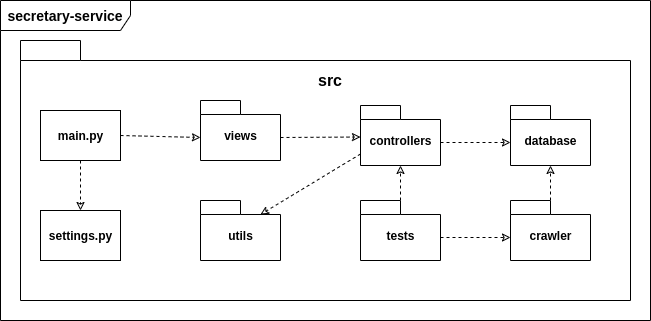
fga-eps-mds/2020.1-stay-safe-docs keeps this draw.io diagram as docs/images/architecture/secretary-service.png. Above is the earlier version. Source tidied: cells renumbered, new cells last; positions are measured from the earlier drawing's top-left corner, leaving out a move shared by most shapes. Its diagram source:
```xml
<mxGraphModel>
  <root>
    <mxCell id="0" />
    <mxCell id="1" parent="0" />
    <mxCell id="2" value="&lt;b&gt;&lt;font style=&quot;font-size: 14px&quot;&gt;secretary-service&lt;/font&gt;&lt;/b&gt;" style="shape=umlFrame;whiteSpace=wrap;html=1;width=130;height=30;" parent="1" vertex="1">
      <mxGeometry width="650" height="320" as="geometry" />
    </mxCell>
    <mxCell id="3" value="crwaler" style="shape=folder;fontStyle=1;spacingTop=10;tabWidth=40;tabHeight=14;tabPosition=left;html=1;" parent="1" vertex="1">
      <mxGeometry x="200" y="130" width="70" height="50" as="geometry" />
    </mxCell>
    <mxCell id="4" value="main" style="shape=folder;fontStyle=1;spacingTop=10;tabWidth=40;tabHeight=14;tabPosition=left;html=1;" parent="1" vertex="1">
      <mxGeometry x="410" y="170" width="70" height="50" as="geometry" />
    </mxCell>
    <mxCell id="5" style="shape=folder;fontStyle=1;spacingTop=10;tabWidth=60;tabHeight=20;tabPosition=left;html=1;" parent="1" vertex="1">
      <mxGeometry x="20" y="40" width="610" height="260" as="geometry" />
    </mxCell>
    <mxCell id="6" value="&lt;b style=&quot;font-size: 16px;&quot;&gt;src&lt;/b&gt;" style="text;html=1;strokeColor=none;fillColor=none;align=center;verticalAlign=middle;whiteSpace=wrap;rounded=0;fontSize=16;" parent="1" vertex="1">
      <mxGeometry x="310" y="70" width="40" height="20" as="geometry" />
    </mxCell>
    <mxCell id="7" value="views" style="shape=folder;fontStyle=1;spacingTop=10;tabWidth=40;tabHeight=14;tabPosition=left;html=1;" parent="1" vertex="1">
      <mxGeometry x="200" y="100" width="80" height="60" as="geometry" />
    </mxCell>
    <mxCell id="8" value="&lt;b&gt;main.py&lt;/b&gt;" style="html=1;" parent="1" vertex="1">
      <mxGeometry x="40" y="110" width="80" height="50" as="geometry" />
    </mxCell>
    <mxCell id="9" value="&lt;b&gt;settings.py&lt;/b&gt;" style="html=1;" parent="1" vertex="1">
      <mxGeometry x="40" y="210" width="80" height="50" as="geometry" />
    </mxCell>
    <mxCell id="10" style="endArrow=classic;html=1;fontSize=16;dashed=1;endFill=0;exitX=1;exitY=0.5;exitDx=0;exitDy=0;entryX=0;entryY=0;entryDx=0;entryDy=37;entryPerimeter=0;" parent="1" edge="1" source="8" target="7">
      <mxGeometry relative="1" as="geometry" />
    </mxCell>
    <mxCell id="11" style="endArrow=classic;html=1;fontSize=16;dashed=1;endFill=0;exitX=0;exitY=0;exitDx=80;exitDy=37;exitPerimeter=0;" parent="1" edge="1" source="7">
      <mxGeometry relative="1" as="geometry">
        <mxPoint x="360" y="136.5" as="targetPoint" />
      </mxGeometry>
    </mxCell>
    <mxCell id="12" style="endArrow=classic;html=1;fontSize=16;dashed=1;endFill=0;exitX=0.5;exitY=1;exitDx=0;exitDy=0;" parent="1" edge="1" source="8" target="9">
      <mxGeometry relative="1" as="geometry" />
    </mxCell>
    <mxCell id="13" style="edgeStyle=orthogonalEdgeStyle;rounded=0;jettySize=auto;html=1;exitX=0;exitY=0;exitDx=80;exitDy=37;exitPerimeter=0;entryX=0;entryY=0;entryDx=0;entryDy=37;entryPerimeter=0;dashed=1;endArrow=classic;endFill=0;fontSize=16;" parent="1" edge="1" source="14" target="19">
      <mxGeometry relative="1" as="geometry" />
    </mxCell>
    <mxCell id="14" value="controllers" style="shape=folder;fontStyle=1;spacingTop=10;tabWidth=40;tabHeight=14;tabPosition=left;html=1;" parent="1" vertex="1">
      <mxGeometry x="360" y="105" width="80" height="60" as="geometry" />
    </mxCell>
    <mxCell id="15" value="utils" style="shape=folder;fontStyle=1;spacingTop=10;tabWidth=40;tabHeight=14;tabPosition=left;html=1;" parent="1" vertex="1">
      <mxGeometry x="200" y="200" width="80" height="60" as="geometry" />
    </mxCell>
    <mxCell id="16" style="endArrow=classic;html=1;fontSize=16;dashed=1;endFill=0;exitX=0;exitY=0;exitDx=0;exitDy=48.5;exitPerimeter=0;entryX=0;entryY=0;entryDx=60;entryDy=14;entryPerimeter=0;" parent="1" edge="1" source="14" target="15">
      <mxGeometry relative="1" as="geometry" />
    </mxCell>
    <mxCell id="17" style="edgeStyle=orthogonalEdgeStyle;rounded=0;jettySize=auto;html=1;exitX=0;exitY=0;exitDx=40;exitDy=0;exitPerimeter=0;entryX=0.5;entryY=1;entryDx=0;entryDy=0;entryPerimeter=0;dashed=1;endArrow=classic;endFill=0;fontSize=16;" parent="1" edge="1" source="18" target="19">
      <mxGeometry relative="1" as="geometry" />
    </mxCell>
    <mxCell id="18" value="crawler" style="shape=folder;fontStyle=1;spacingTop=10;tabWidth=40;tabHeight=14;tabPosition=left;html=1;" parent="1" vertex="1">
      <mxGeometry x="510" y="200" width="80" height="60" as="geometry" />
    </mxCell>
    <mxCell id="19" value="database" style="shape=folder;fontStyle=1;spacingTop=10;tabWidth=40;tabHeight=14;tabPosition=left;html=1;" parent="1" vertex="1">
      <mxGeometry x="510" y="105" width="80" height="60" as="geometry" />
    </mxCell>
    <mxCell id="20" style="edgeStyle=orthogonalEdgeStyle;rounded=0;jettySize=auto;html=1;exitX=0;exitY=0;exitDx=40;exitDy=0;exitPerimeter=0;entryX=0.5;entryY=1;entryDx=0;entryDy=0;entryPerimeter=0;dashed=1;endArrow=classic;endFill=0;fontSize=16;" parent="1" edge="1" source="22" target="14">
      <mxGeometry relative="1" as="geometry" />
    </mxCell>
    <mxCell id="21" style="edgeStyle=orthogonalEdgeStyle;rounded=0;jettySize=auto;html=1;exitX=0;exitY=0;exitDx=80;exitDy=37;exitPerimeter=0;entryX=0;entryY=0;entryDx=0;entryDy=37;entryPerimeter=0;dashed=1;endArrow=classic;endFill=0;fontSize=16;" parent="1" edge="1" source="22" target="18">
      <mxGeometry relative="1" as="geometry" />
    </mxCell>
    <mxCell id="22" value="tests" style="shape=folder;fontStyle=1;spacingTop=10;tabWidth=40;tabHeight=14;tabPosition=left;html=1;" parent="1" vertex="1">
      <mxGeometry x="360" y="200" width="80" height="60" as="geometry" />
    </mxCell>
  </root>
</mxGraphModel>
```
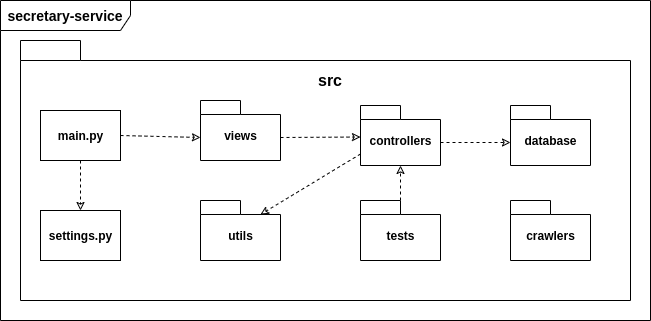
Later version of the same file.

The edit, as a diff of the source:
```diff
@@ -49,10 +49,7 @@
     <mxCell id="16" style="endArrow=classic;html=1;fontSize=16;dashed=1;endFill=0;exitX=0;exitY=0;exitDx=0;exitDy=48.5;exitPerimeter=0;entryX=0;entryY=0;entryDx=60;entryDy=14;entryPerimeter=0;" parent="1" edge="1" source="14" target="15">
       <mxGeometry relative="1" as="geometry" />
     </mxCell>
-    <mxCell id="17" style="edgeStyle=orthogonalEdgeStyle;rounded=0;jettySize=auto;html=1;exitX=0;exitY=0;exitDx=40;exitDy=0;exitPerimeter=0;entryX=0.5;entryY=1;entryDx=0;entryDy=0;entryPerimeter=0;dashed=1;endArrow=classic;endFill=0;fontSize=16;" parent="1" edge="1" source="18" target="19">
-      <mxGeometry relative="1" as="geometry" />
-    </mxCell>
-    <mxCell id="18" value="crawler" style="shape=folder;fontStyle=1;spacingTop=10;tabWidth=40;tabHeight=14;tabPosition=left;html=1;" parent="1" vertex="1">
+    <mxCell id="18" value="crawlers" style="shape=folder;fontStyle=1;spacingTop=10;tabWidth=40;tabHeight=14;tabPosition=left;html=1;" parent="1" vertex="1">
       <mxGeometry x="510" y="200" width="80" height="60" as="geometry" />
     </mxCell>
     <mxCell id="19" value="database" style="shape=folder;fontStyle=1;spacingTop=10;tabWidth=40;tabHeight=14;tabPosition=left;html=1;" parent="1" vertex="1">
@@ -61,9 +58,6 @@
     <mxCell id="20" style="edgeStyle=orthogonalEdgeStyle;rounded=0;jettySize=auto;html=1;exitX=0;exitY=0;exitDx=40;exitDy=0;exitPerimeter=0;entryX=0.5;entryY=1;entryDx=0;entryDy=0;entryPerimeter=0;dashed=1;endArrow=classic;endFill=0;fontSize=16;" parent="1" edge="1" source="22" target="14">
       <mxGeometry relative="1" as="geometry" />
     </mxCell>
-    <mxCell id="21" style="edgeStyle=orthogonalEdgeStyle;rounded=0;jettySize=auto;html=1;exitX=0;exitY=0;exitDx=80;exitDy=37;exitPerimeter=0;entryX=0;entryY=0;entryDx=0;entryDy=37;entryPerimeter=0;dashed=1;endArrow=classic;endFill=0;fontSize=16;" parent="1" edge="1" source="22" target="18">
-      <mxGeometry relative="1" as="geometry" />
-    </mxCell>
     <mxCell id="22" value="tests" style="shape=folder;fontStyle=1;spacingTop=10;tabWidth=40;tabHeight=14;tabPosition=left;html=1;" parent="1" vertex="1">
       <mxGeometry x="360" y="200" width="80" height="60" as="geometry" />
     </mxCell>
```
